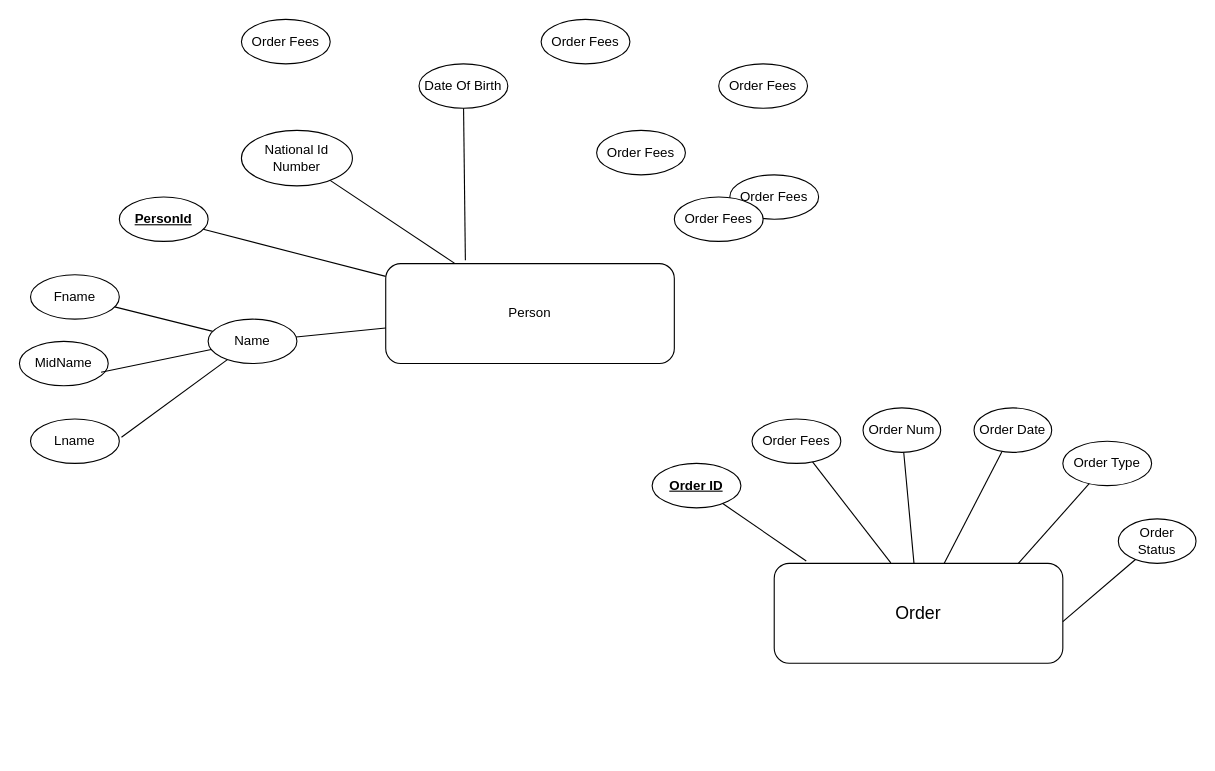
This is Initial Db Design/ERD.drawio from osama-dev2206/DLVD-System, a draw.io file, before an edit. Source tidied: cells renumbered, new cells numbered last; positions are measured from the earlier drawing's top-left corner, leaving out a move shared by most shapes. Both pictures are drawn from the tidied source at 111%, with x=0, y=0 at pixel (19, 19).
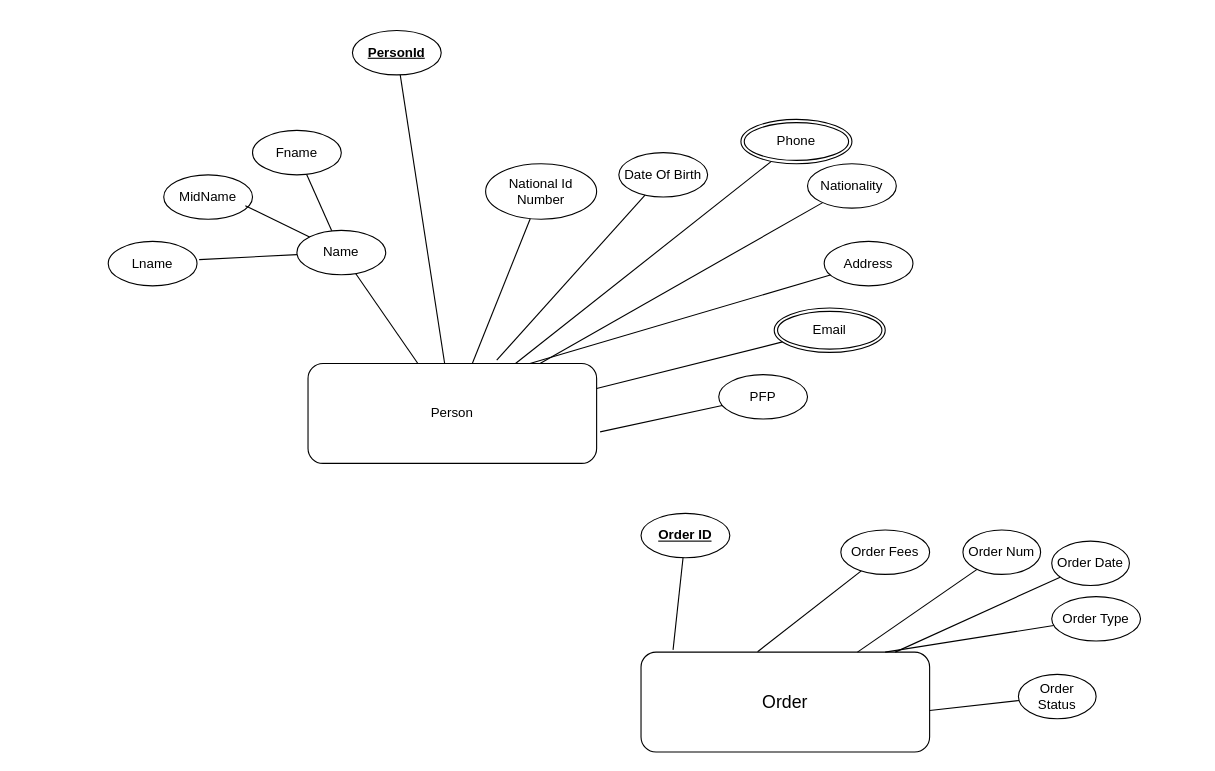
After the change.

Diff of the diagram source:
```diff
@@
     <mxCell id="2" value="&lt;font style=&quot;font-size: 16px;&quot;&gt;Order&lt;/font&gt;" style="rounded=1;whiteSpace=wrap;html=1;" parent="1" vertex="1">
-      <mxGeometry x="680" y="490" width="260" height="90" as="geometry" />
+      <mxGeometry x="560" y="570" width="260" height="90" as="geometry" />
     </mxCell>
@@
     <mxCell id="4" value="Order Num" style="ellipse;whiteSpace=wrap;html=1;shapeInside=1;" parent="1" vertex="1">
-      <mxGeometry x="760" y="350" width="70" height="40" as="geometry" />
+      <mxGeometry x="850" y="460" width="70" height="40" as="geometry" />
     </mxCell>
     <mxCell id="5" value="Order Type" style="ellipse;whiteSpace=wrap;html=1;shapeInside=1;" parent="1" vertex="1">
-      <mxGeometry x="940" y="380" width="80" height="40" as="geometry" />
+      <mxGeometry x="930" y="520" width="80" height="40" as="geometry" />
     </mxCell>
@@
     <mxCell id="7" value="Order Date" style="ellipse;whiteSpace=wrap;html=1;shapeInside=1;" parent="1" vertex="1">
-      <mxGeometry x="860" y="350" width="70" height="40" as="geometry" />
+      <mxGeometry x="930" y="470" width="70" height="40" as="geometry" />
     </mxCell>
@@
     <mxCell id="9" value="Order Status" style="ellipse;whiteSpace=wrap;html=1;shapeInside=1;" parent="1" vertex="1">
-      <mxGeometry x="990" y="450" width="70" height="40" as="geometry" />
+      <mxGeometry x="900" y="590" width="70" height="40" as="geometry" />
     </mxCell>
@@
     <mxCell id="11" value="Order Fees" style="ellipse;whiteSpace=wrap;html=1;shapeInside=1;" parent="1" vertex="1">
-      <mxGeometry x="660" y="360" width="80" height="40" as="geometry" />
+      <mxGeometry x="740" y="460" width="80" height="40" as="geometry" />
     </mxCell>
@@
     <mxCell id="13" value="Person" style="rounded=1;whiteSpace=wrap;html=1;" parent="1" vertex="1">
-      <mxGeometry x="330" y="220" width="260" height="90" as="geometry" />
+      <mxGeometry x="260" y="310" width="260" height="90" as="geometry" />
     </mxCell>
@@
     <mxCell id="16" value="Name" style="ellipse;whiteSpace=wrap;html=1;shapeInside=1;" parent="1" vertex="1">
-      <mxGeometry x="170" y="270" width="80" height="40" as="geometry" />
+      <mxGeometry x="250" y="190" width="80" height="40" as="geometry" />
     </mxCell>
-    <mxCell id="17" value="Order Fees" style="ellipse;whiteSpace=wrap;html=1;shapeInside=1;" parent="1" vertex="1">
-      <mxGeometry x="520" y="100" width="80" height="40" as="geometry" />
-    </mxCell>
+    <mxCell id="36" style="rounded=0;jettySize=auto;html=1;endArrow=none;endFill=0;" parent="1" edge="1" source="18" target="13">
+      <mxGeometry relative="1" as="geometry" />
+    </mxCell>
-    <mxCell id="18" value="Order Fees" style="ellipse;whiteSpace=wrap;html=1;shapeInside=1;" parent="1" vertex="1">
-      <mxGeometry x="630" y="40" width="80" height="40" as="geometry" />
+    <mxCell id="18" value="Nationality" style="ellipse;whiteSpace=wrap;html=1;shapeInside=1;" parent="1" vertex="1">
+      <mxGeometry x="710" y="130" width="80" height="40" as="geometry" />
     </mxCell>
-    <mxCell id="19" value="Order Fees" style="ellipse;whiteSpace=wrap;html=1;shapeInside=1;" parent="1" vertex="1">
-      <mxGeometry x="640" y="140" width="80" height="40" as="geometry" />
-    </mxCell>
-    <mxCell id="20" value="Order Fees" style="ellipse;whiteSpace=wrap;html=1;shapeInside=1;" parent="1" vertex="1">
-      <mxGeometry x="590" y="160" width="80" height="40" as="geometry" />
-    </mxCell>
-    <mxCell id="21" value="Order Fees" style="ellipse;whiteSpace=wrap;html=1;shapeInside=1;" parent="1" vertex="1">
-      <mxGeometry x="470" width="80" height="40" as="geometry" />
+    <mxCell id="21" value="Address" style="ellipse;whiteSpace=wrap;html=1;shapeInside=1;" parent="1" vertex="1">
+      <mxGeometry x="725" y="200" width="80" height="40" as="geometry" />
     </mxCell>
-    <mxCell id="22" value="Order Fees" style="ellipse;whiteSpace=wrap;html=1;shapeInside=1;" parent="1" vertex="1">
-      <mxGeometry x="200" width="80" height="40" as="geometry" />
-    </mxCell>
     <mxCell id="23" value="Date Of Birth" style="ellipse;whiteSpace=wrap;html=1;shapeInside=1;" parent="1" vertex="1">
-      <mxGeometry x="360" y="40" width="80" height="40" as="geometry" />
+      <mxGeometry x="540" y="120" width="80" height="40" as="geometry" />
     </mxCell>
     <mxCell id="24" value="Fname" style="ellipse;whiteSpace=wrap;html=1;shapeInside=1;" parent="1" vertex="1">
-      <mxGeometry x="10" y="230" width="80" height="40" as="geometry" />
+      <mxGeometry x="210" y="100" width="80" height="40" as="geometry" />
     </mxCell>
@@
     <mxCell id="26" value="&lt;b&gt;&lt;u&gt;PersonId&lt;/u&gt;&lt;/b&gt;" style="ellipse;whiteSpace=wrap;html=1;shapeInside=1;" parent="1" vertex="1">
-      <mxGeometry x="90" y="160" width="80" height="40" as="geometry" />
+      <mxGeometry x="300" y="10" width="80" height="40" as="geometry" />
     </mxCell>
@@
     <mxCell id="28" value="National Id Number" style="ellipse;whiteSpace=wrap;html=1;shapeInside=1;" parent="1" vertex="1">
-      <mxGeometry x="200" y="100" width="100" height="50" as="geometry" />
+      <mxGeometry x="420" y="130" width="100" height="50" as="geometry" />
     </mxCell>
     <mxCell id="29" value="&lt;b&gt;&lt;u&gt;Order ID&lt;/u&gt;&lt;/b&gt;" style="ellipse;whiteSpace=wrap;html=1;shapeInside=1;" parent="1" vertex="1">
-      <mxGeometry x="570" y="400" width="80" height="40" as="geometry" />
+      <mxGeometry x="560" y="445" width="80" height="40" as="geometry" />
     </mxCell>
@@
     <mxCell id="31" value="Lname" style="ellipse;whiteSpace=wrap;html=1;shapeInside=1;" parent="1" vertex="1">
-      <mxGeometry x="10" y="360" width="80" height="40" as="geometry" />
+      <mxGeometry x="80" y="200" width="80" height="40" as="geometry" />
     </mxCell>
     <mxCell id="32" value="MidName" style="ellipse;whiteSpace=wrap;html=1;shapeInside=1;" parent="1" vertex="1">
-      <mxGeometry y="290" width="80" height="40" as="geometry" />
+      <mxGeometry x="130" y="140" width="80" height="40" as="geometry" />
     </mxCell>
@@
-    <mxCell id="35" style="rounded=0;jettySize=auto;html=1;entryX=0.276;entryY=-0.033;entryDx=0;entryDy=0;entryPerimeter=0;endArrow=none;endFill=0;" parent="1" edge="1" source="23" target="13">
-      <mxGeometry relative="1" as="geometry" />
+    <mxCell id="35" style="rounded=0;jettySize=auto;html=1;endArrow=none;endFill=0;" parent="1" edge="1" source="23">
+      <mxGeometry relative="1" as="geometry">
+        <mxPoint x="430" y="307" as="targetPoint" />
+      </mxGeometry>
     </mxCell>
+    <mxCell id="37" style="rounded=0;jettySize=auto;html=1;endArrow=none;endFill=0;" parent="1" edge="1" source="38" target="13">
+      <mxGeometry relative="1" as="geometry" />
+    </mxCell>
+    <mxCell id="38" value="Phone" style="ellipse;shape=doubleEllipse;margin=3;whiteSpace=wrap;html=1;align=center;" parent="1" vertex="1">
+      <mxGeometry x="650" y="90" width="100" height="40" as="geometry" />
+    </mxCell>
+    <mxCell id="39" style="rounded=0;jettySize=auto;html=1;entryX=0.769;entryY=0;entryDx=0;entryDy=0;entryPerimeter=0;endArrow=none;endFill=0;" parent="1" edge="1" source="21" target="13">
+      <mxGeometry relative="1" as="geometry" />
+    </mxCell>
+    <mxCell id="40" style="rounded=0;jettySize=auto;html=1;entryX=1;entryY=0.25;entryDx=0;entryDy=0;endArrow=none;endFill=0;" parent="1" edge="1" source="41" target="13">
+      <mxGeometry relative="1" as="geometry" />
+    </mxCell>
+    <mxCell id="41" value="Email" style="ellipse;shape=doubleEllipse;margin=3;whiteSpace=wrap;html=1;align=center;" parent="1" vertex="1">
+      <mxGeometry x="680" y="260" width="100" height="40" as="geometry" />
+    </mxCell>
+    <mxCell id="42" value="PFP" style="ellipse;whiteSpace=wrap;html=1;shapeInside=1;" parent="1" vertex="1">
+      <mxGeometry x="630" y="320" width="80" height="40" as="geometry" />
+    </mxCell>
+    <mxCell id="43" style="rounded=0;jettySize=auto;html=1;entryX=1.012;entryY=0.684;entryDx=0;entryDy=0;entryPerimeter=0;endArrow=none;endFill=0;" parent="1" edge="1" source="42" target="13">
+      <mxGeometry relative="1" as="geometry" />
+    </mxCell>
```
